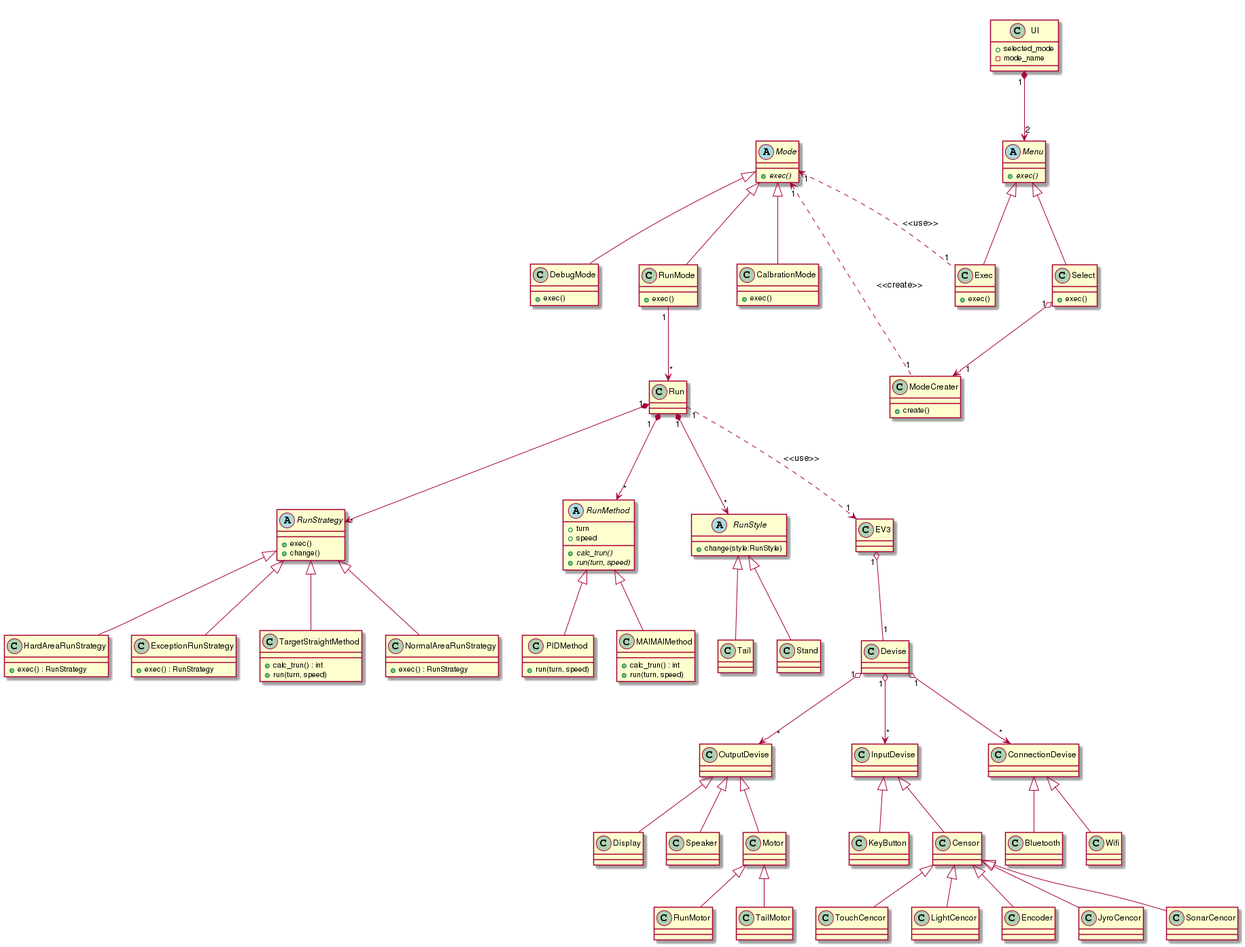
This is diagram/class/concept/class.png from SLP-KBIT/ETR2015, a PlantUML export, as it was before one commit.
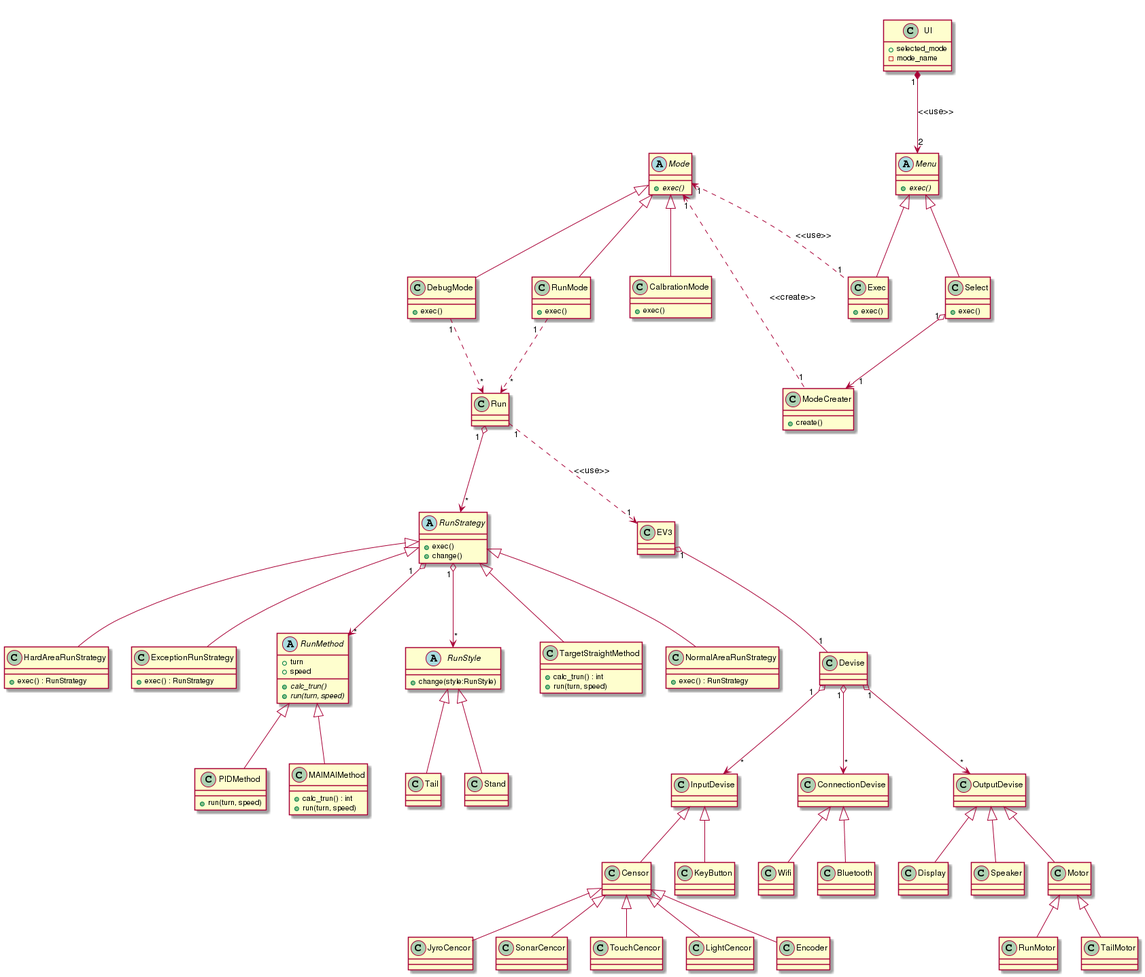
After the change.

Commit message:
(maxmellon:class:concept) refs #15 fix to class diagram of concept

Diff of the diagram source:
```diff
@@ -40,7 +40,7 @@
   +exec()
 }
 
-UI "1" *--> "2" Menu
+UI "1" *--> "2" Menu : <<use>>
 Menu <|-- Select
 Menu <|-- Exec
 Select "1" o--> "1" ModeCreater
@@ -67,11 +67,12 @@
   +exec() : RunStrategy
 }
 
-RunMode "1" --> "*" Run
+RunMode "1" ..> "*" Run
+DebugMode "1" ..> "*" Run
 
-Run "1" *--> "*" RunMethod
-Run "1" *--> "*" RunStyle
-Run "1" *--> "*" RunStrategy
+Run "1" o--> "*" RunStrategy
+RunStrategy "1" o--> "*" RunMethod
+RunStrategy "1" o--> "*" RunStyle
 
 RunStrategy <|-- NormalAreaRunStrategy
 RunStrategy <|-- HardAreaRunStrategy
```
